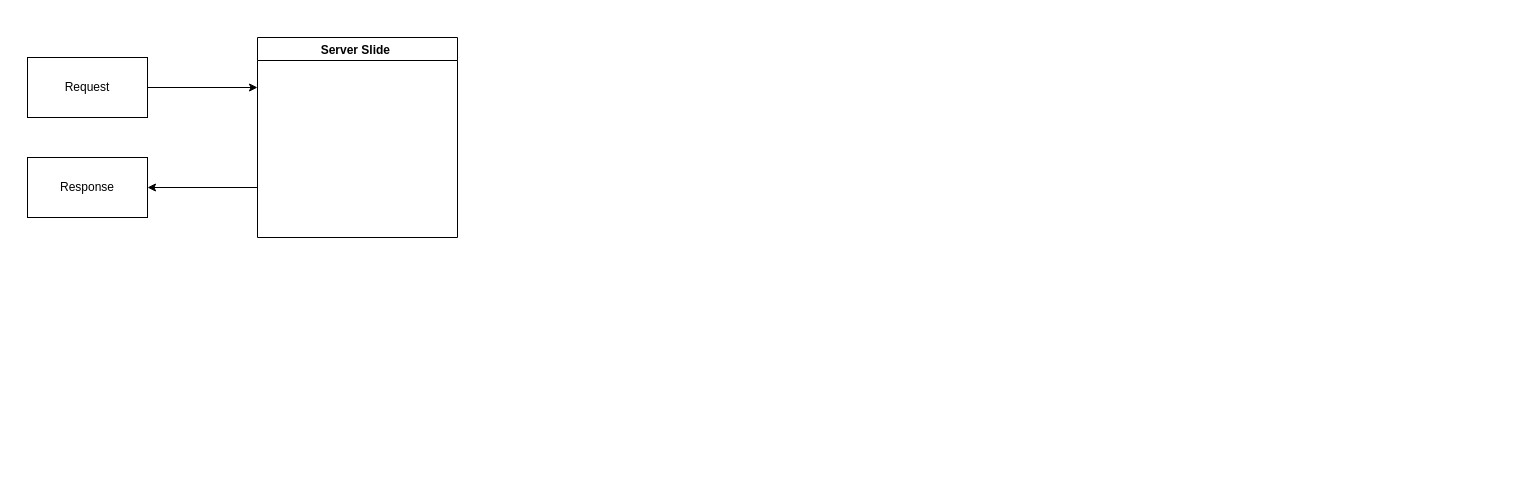
This is Backend_Diagram.drawio from johnseetoh25/draw.io_Gallery, a draw.io file, before an edit. Source tidied: cells renumbered, new cells numbered last; positions are measured from the earlier drawing's top-left corner, leaving out a move shared by most shapes. Both pictures are drawn from the tidied source at 100%, with x=0, y=0 at pixel (27, 37).
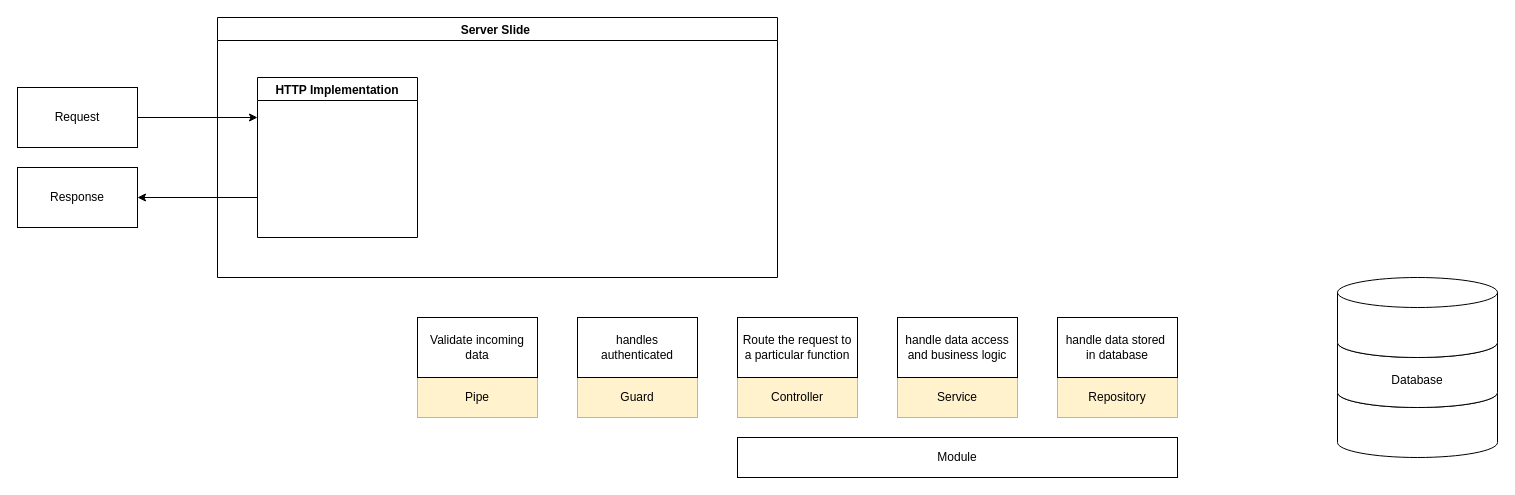
After the change.

Diff of the diagram source:
```diff
@@
-    <mxCell id="2" style="edgeStyle=orthogonalEdgeStyle;rounded=0;jettySize=auto;html=1;entryX=1;entryY=0.5;entryDx=0;entryDy=0;exitX=0;exitY=0.75;exitDx=0;exitDy=0;" parent="1" edge="1" source="3" target="6">
+    <mxCell id="2" style="edgeStyle=orthogonalEdgeStyle;rounded=0;jettySize=auto;html=1;entryX=1;entryY=0.5;entryDx=0;entryDy=0;exitX=0;exitY=0.75;exitDx=0;exitDy=0;" parent="1" edge="1" source="7" target="6">
       <mxGeometry relative="1" as="geometry" />
     </mxCell>
     <mxCell id="3" value="Server Slide " style="swimlane;" parent="1" vertex="1">
-      <mxGeometry x="230" width="200" height="200" as="geometry" />
+      <mxGeometry x="190" y="-20" width="560" height="260" as="geometry" />
     </mxCell>
+    <mxCell id="7" value="HTTP Implementation" style="swimlane;" parent="3" vertex="1">
+      <mxGeometry x="40" y="60" width="160" height="160" as="geometry" />
+    </mxCell>
-    <mxCell id="4" style="edgeStyle=orthogonalEdgeStyle;rounded=0;jettySize=auto;html=1;entryX=0;entryY=0.25;entryDx=0;entryDy=0;" parent="1" edge="1" source="5" target="3">
+    <mxCell id="4" style="edgeStyle=orthogonalEdgeStyle;rounded=0;jettySize=auto;html=1;entryX=0;entryY=0.25;entryDx=0;entryDy=0;" parent="1" edge="1" source="5" target="7">
       <mxGeometry relative="1" as="geometry" />
     </mxCell>
     <mxCell id="5" value="Request" style="rounded=0;whiteSpace=wrap;html=1;" parent="1" vertex="1">
-      <mxGeometry y="20" width="120" height="60" as="geometry" />
+      <mxGeometry x="-10" y="50" width="120" height="60" as="geometry" />
     </mxCell>
     <mxCell id="6" value="Response" style="rounded=0;whiteSpace=wrap;html=1;" parent="1" vertex="1">
-      <mxGeometry y="120" width="120" height="60" as="geometry" />
+      <mxGeometry x="-10" y="130" width="120" height="60" as="geometry" />
     </mxCell>
+    <mxCell id="8" value="Pipe" style="rounded=0;whiteSpace=wrap;html=1;fillColor=#fff2cc;strokeColor=#d6b656;" parent="1" vertex="1">
+      <mxGeometry x="390" y="340" width="120" height="40" as="geometry" />
+    </mxCell>
+    <mxCell id="9" value="Guard" style="rounded=0;whiteSpace=wrap;html=1;fillColor=#fff2cc;strokeColor=#d6b656;" parent="1" vertex="1">
+      <mxGeometry x="550" y="340" width="120" height="40" as="geometry" />
+    </mxCell>
+    <mxCell id="10" value="Controller" style="rounded=0;whiteSpace=wrap;html=1;fillColor=#fff2cc;strokeColor=#d6b656;" parent="1" vertex="1">
+      <mxGeometry x="710" y="340" width="120" height="40" as="geometry" />
+    </mxCell>
+    <mxCell id="11" value="Module" style="rounded=0;whiteSpace=wrap;html=1;" parent="1" vertex="1">
+      <mxGeometry x="710" y="400" width="440" height="40" as="geometry" />
+    </mxCell>
+    <mxCell id="12" value="Service" style="rounded=0;whiteSpace=wrap;html=1;fillColor=#fff2cc;strokeColor=#d6b656;" parent="1" vertex="1">
+      <mxGeometry x="870" y="340" width="120" height="40" as="geometry" />
+    </mxCell>
+    <mxCell id="13" value="Repository" style="rounded=0;whiteSpace=wrap;html=1;fillColor=#fff2cc;strokeColor=#d6b656;" parent="1" vertex="1">
+      <mxGeometry x="1030" y="340" width="120" height="40" as="geometry" />
+    </mxCell>
+    <mxCell id="14" value="Validate incoming data" style="rounded=0;whiteSpace=wrap;html=1;" parent="1" vertex="1">
+      <mxGeometry x="390" y="280" width="120" height="60" as="geometry" />
+    </mxCell>
+    <mxCell id="15" value="&lt;span style=&quot;background-color: transparent; color: light-dark(rgb(0, 0, 0), rgb(255, 255, 255));&quot;&gt;handles&lt;/span&gt;&lt;div&gt;&lt;span style=&quot;background-color: transparent; color: light-dark(rgb(0, 0, 0), rgb(255, 255, 255));&quot;&gt;authenticated&lt;/span&gt;&lt;/div&gt;" style="rounded=0;whiteSpace=wrap;html=1;" parent="1" vertex="1">
+      <mxGeometry x="550" y="280" width="120" height="60" as="geometry" />
+    </mxCell>
+    <mxCell id="16" value="Route the request to a particular function" style="rounded=0;whiteSpace=wrap;html=1;" parent="1" vertex="1">
+      <mxGeometry x="710" y="280" width="120" height="60" as="geometry" />
+    </mxCell>
+    <mxCell id="17" value="handle data access and business logic" style="rounded=0;whiteSpace=wrap;html=1;" parent="1" vertex="1">
+      <mxGeometry x="870" y="280" width="120" height="60" as="geometry" />
+    </mxCell>
+    <mxCell id="18" style="shape=cylinder3;whiteSpace=wrap;html=1;boundedLbl=1;backgroundOutline=1;size=15;" parent="1" vertex="1">
+      <mxGeometry x="1310" y="340" width="160" height="80" as="geometry" />
+    </mxCell>
+    <mxCell id="19" value="Database" style="shape=cylinder3;whiteSpace=wrap;html=1;boundedLbl=1;backgroundOutline=1;size=15;" parent="1" vertex="1">
+      <mxGeometry x="1310" y="290" width="160" height="80" as="geometry" />
+    </mxCell>
+    <mxCell id="20" style="shape=cylinder3;whiteSpace=wrap;html=1;boundedLbl=1;backgroundOutline=1;size=15;" parent="1" vertex="1">
+      <mxGeometry x="1310" y="240" width="160" height="80" as="geometry" />
+    </mxCell>
+    <mxCell id="21" value="handle data stored&amp;nbsp;&lt;div&gt;in database&lt;/div&gt;" style="rounded=0;whiteSpace=wrap;html=1;" parent="1" vertex="1">
+      <mxGeometry x="1030" y="280" width="120" height="60" as="geometry" />
+    </mxCell>
```
